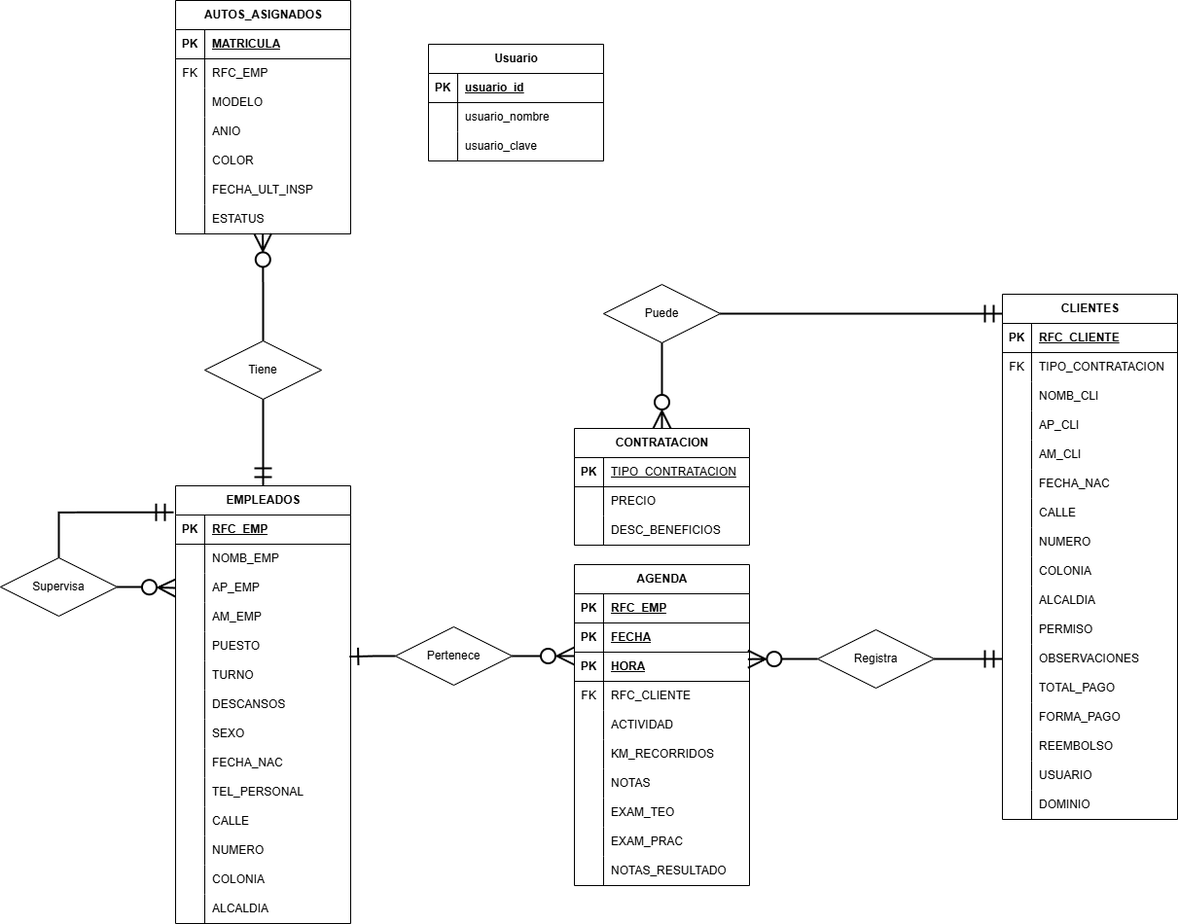
Before: ESCUELA-DE-MANEJO/Documentación_técnica/Diagrama E-R.png, a diagram exported from draw.io (MichelIvette/WebEqipo11). Source tidied: cells renumbered, new cells last; positions are measured from the earlier drawing's top-left corner, leaving out a move shared by most shapes.
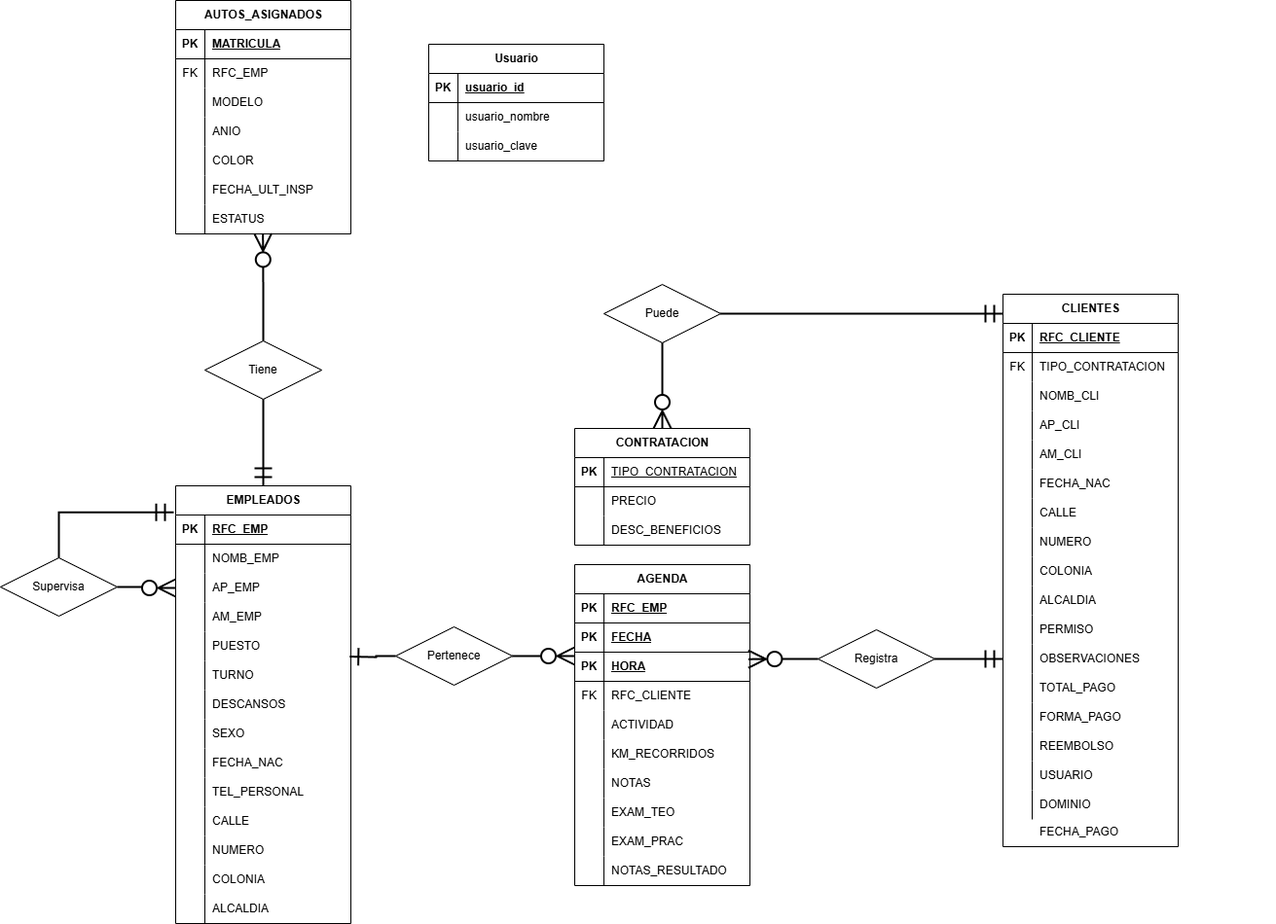
Later version of the same file.

What changed in the source:
```diff
@@ -324,7 +324,7 @@
       <mxGeometry x="30" width="150" height="30" as="geometry" />
     </mxCell>
     <mxCell id="109" value="CLIENTES" style="shape=table;startSize=30;rowLines=0;fontStyle=1;align=center;html=1;" parent="1" vertex="1">
-      <mxGeometry x="1030" y="302" width="180" height="540" as="geometry" />
+      <mxGeometry x="1030" y="302" width="180" height="568" as="geometry" />
     </mxCell>
     <mxCell id="110" style="shape=tableRow;horizontal=0;startSize=0;swimlaneHead=0;swimlaneBody=0;fillColor=none;top=0;left=0;right=0;bottom=1;" parent="109" vertex="1">
       <mxGeometry y="30" width="180" height="30" as="geometry" />
@@ -559,5 +559,14 @@
     <mxCell id="184" value="usuario_clave" style="shape=partialRectangle;fillColor=none;top=0;left=0;bottom=0;right=0;align=left;spacingLeft=6;overflow=hidden;whiteSpace=wrap;html=1;" parent="182" vertex="1">
       <mxGeometry x="30" width="150" height="30" as="geometry" />
     </mxCell>
+    <mxCell id="185" style="shape=tableRow;horizontal=0;startSize=0;swimlaneHead=0;swimlaneBody=0;fillColor=none;top=0;left=0;right=0;bottom=0;" parent="1" vertex="1">
+      <mxGeometry x="1130" y="690" width="180" height="30" as="geometry" />
+    </mxCell>
+    <mxCell id="186" style="shape=partialRectangle;fillColor=none;top=0;left=0;bottom=0;right=0;overflow=hidden;whiteSpace=wrap;html=1;" parent="185" vertex="1">
+      <mxGeometry width="30" height="30" as="geometry" />
+    </mxCell>
+    <mxCell id="187" value="FECHA_PAGO" style="shape=partialRectangle;fillColor=none;top=0;left=0;bottom=0;right=0;align=left;spacingLeft=6;overflow=hidden;whiteSpace=wrap;html=1;" parent="1" vertex="1">
+      <mxGeometry x="1060" y="840" width="150" height="30" as="geometry" />
+    </mxCell>
   </root>
 </mxGraphModel>
```
